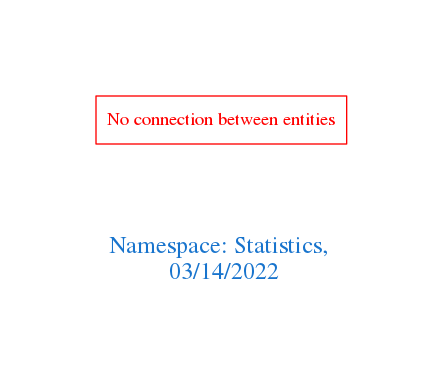
Above: downloads/Statistics.png in arago/OGIT (Graphviz), before the change. Its source is kept beside it as downloads/Statistics.dot.
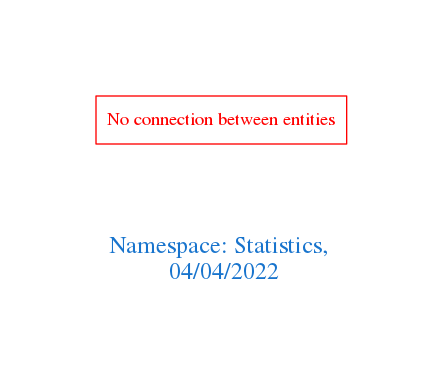
The same diagram one commit later.

Diff of the diagram source:
```diff
@@ -1,7 +1,7 @@
 digraph OGIT_ontology {
  graph [ rankdir= LR,pad=1
 fontsize = 18,
-fontcolor= dodgerblue3,label = "\n\n\nNamespace: Statistics, \n 03/14/2022"];
+fontcolor= dodgerblue3,label = "\n\n\nNamespace: Statistics, \n 04/04/2022"];
 node[shape=polygon];
 edge [  color="gray81"];
 
```
